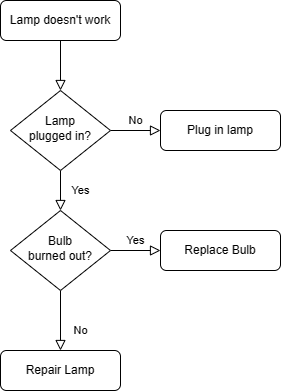
Ephebo/100DaysOfCode keeps this draw.io diagram as Odd-and-even.drawio.png. Above is the earlier version. Source tidied: cells renumbered, new cells last; positions are measured from the earlier drawing's top-left corner, leaving out a move shared by most shapes.
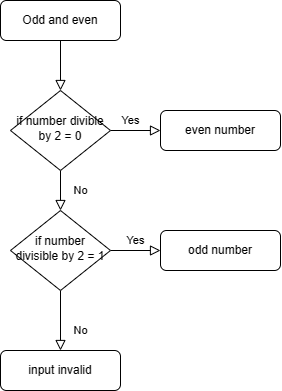
The same file after the commit.

The edit, as a diff of the source:
```diff
@@ -5,19 +5,23 @@
     <mxCell id="2" style="rounded=0;html=1;jettySize=auto;fontSize=11;endArrow=block;endFill=0;endSize=8;strokeWidth=1;shadow=0;labelBackgroundColor=none;edgeStyle=orthogonalEdgeStyle;" parent="1" edge="1" source="3" target="6">
       <mxGeometry relative="1" as="geometry" />
     </mxCell>
-    <mxCell id="3" value="Lamp doesn't work" style="rounded=1;whiteSpace=wrap;html=1;fontSize=12;glass=0;strokeWidth=1;shadow=0;" parent="1" vertex="1">
+    <mxCell id="3" value="Odd and even" style="rounded=1;whiteSpace=wrap;html=1;fontSize=12;glass=0;strokeWidth=1;shadow=0;" parent="1" vertex="1">
       <mxGeometry width="120" height="40" as="geometry" />
     </mxCell>
     <mxCell id="4" value="Yes" style="rounded=0;html=1;jettySize=auto;fontSize=11;endArrow=block;endFill=0;endSize=8;strokeWidth=1;shadow=0;labelBackgroundColor=none;edgeStyle=orthogonalEdgeStyle;" parent="1" edge="1" source="6" target="10">
-      <mxGeometry y="20" relative="1" as="geometry" />
+      <mxGeometry x="-1" y="86" relative="1" as="geometry">
+        <mxPoint x="-16" y="-50" as="offset" />
+      </mxGeometry>
     </mxCell>
     <mxCell id="5" value="No" style="edgeStyle=orthogonalEdgeStyle;rounded=0;html=1;jettySize=auto;fontSize=11;endArrow=block;endFill=0;endSize=8;strokeWidth=1;shadow=0;labelBackgroundColor=none;" parent="1" edge="1" source="6" target="7">
-      <mxGeometry y="10" relative="1" as="geometry" />
+      <mxGeometry x="-1" y="-67" relative="1" as="geometry">
+        <mxPoint x="-30" y="-7" as="offset" />
+      </mxGeometry>
     </mxCell>
-    <mxCell id="6" value="Lamp&lt;br&gt;plugged in?" style="rhombus;whiteSpace=wrap;html=1;shadow=0;fontFamily=Helvetica;fontSize=12;align=center;strokeWidth=1;spacing=6;spacingTop=-4;" parent="1" vertex="1">
+    <mxCell id="6" value="if number divible by 2 = 0" style="rhombus;whiteSpace=wrap;html=1;shadow=0;fontFamily=Helvetica;fontSize=12;align=center;strokeWidth=1;spacing=6;spacingTop=-4;" parent="1" vertex="1">
       <mxGeometry x="10" y="90" width="100" height="80" as="geometry" />
     </mxCell>
-    <mxCell id="7" value="Plug in lamp" style="rounded=1;whiteSpace=wrap;html=1;fontSize=12;glass=0;strokeWidth=1;shadow=0;" parent="1" vertex="1">
+    <mxCell id="7" value="even number" style="rounded=1;whiteSpace=wrap;html=1;fontSize=12;glass=0;strokeWidth=1;shadow=0;" parent="1" vertex="1">
       <mxGeometry x="160" y="110" width="120" height="40" as="geometry" />
     </mxCell>
     <mxCell id="8" value="No" style="rounded=0;html=1;jettySize=auto;fontSize=11;endArrow=block;endFill=0;endSize=8;strokeWidth=1;shadow=0;labelBackgroundColor=none;edgeStyle=orthogonalEdgeStyle;" parent="1" edge="1" source="10" target="11">
@@ -26,13 +30,13 @@
     <mxCell id="9" value="Yes" style="edgeStyle=orthogonalEdgeStyle;rounded=0;html=1;jettySize=auto;fontSize=11;endArrow=block;endFill=0;endSize=8;strokeWidth=1;shadow=0;labelBackgroundColor=none;" parent="1" edge="1" source="10" target="12">
       <mxGeometry y="10" relative="1" as="geometry" />
     </mxCell>
-    <mxCell id="10" value="Bulb&lt;br&gt;burned out?" style="rhombus;whiteSpace=wrap;html=1;shadow=0;fontFamily=Helvetica;fontSize=12;align=center;strokeWidth=1;spacing=6;spacingTop=-4;" parent="1" vertex="1">
+    <mxCell id="10" value="if number divisible by 2 = 1" style="rhombus;whiteSpace=wrap;html=1;shadow=0;fontFamily=Helvetica;fontSize=12;align=center;strokeWidth=1;spacing=6;spacingTop=-4;" parent="1" vertex="1">
       <mxGeometry x="10" y="210" width="100" height="80" as="geometry" />
     </mxCell>
-    <mxCell id="11" value="Repair Lamp" style="rounded=1;whiteSpace=wrap;html=1;fontSize=12;glass=0;strokeWidth=1;shadow=0;" parent="1" vertex="1">
+    <mxCell id="11" value="input invalid" style="rounded=1;whiteSpace=wrap;html=1;fontSize=12;glass=0;strokeWidth=1;shadow=0;" parent="1" vertex="1">
       <mxGeometry y="350" width="120" height="40" as="geometry" />
     </mxCell>
-    <mxCell id="12" value="Replace Bulb" style="rounded=1;whiteSpace=wrap;html=1;fontSize=12;glass=0;strokeWidth=1;shadow=0;" parent="1" vertex="1">
+    <mxCell id="12" value="odd number" style="rounded=1;whiteSpace=wrap;html=1;fontSize=12;glass=0;strokeWidth=1;shadow=0;" parent="1" vertex="1">
       <mxGeometry x="160" y="230" width="120" height="40" as="geometry" />
     </mxCell>
   </root>
```
